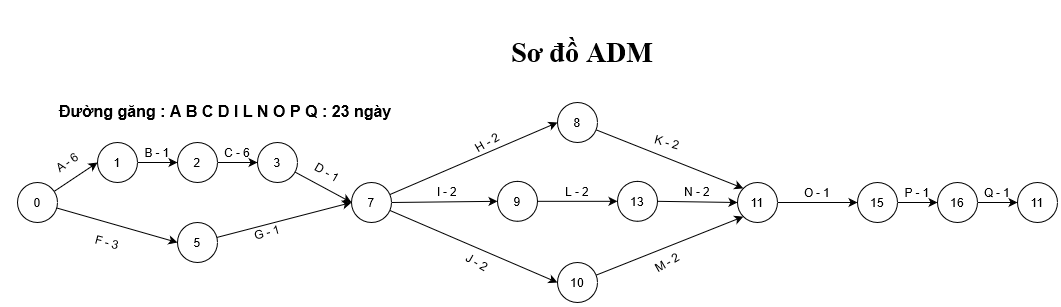
H2Q318/HQN-Team keeps this draw.io diagram as Documents/ADM_Chart.png. Above is the earlier version. Source tidied: cells renumbered, new cells last; positions are measured from the earlier drawing's top-left corner, leaving out a move shared by most shapes.
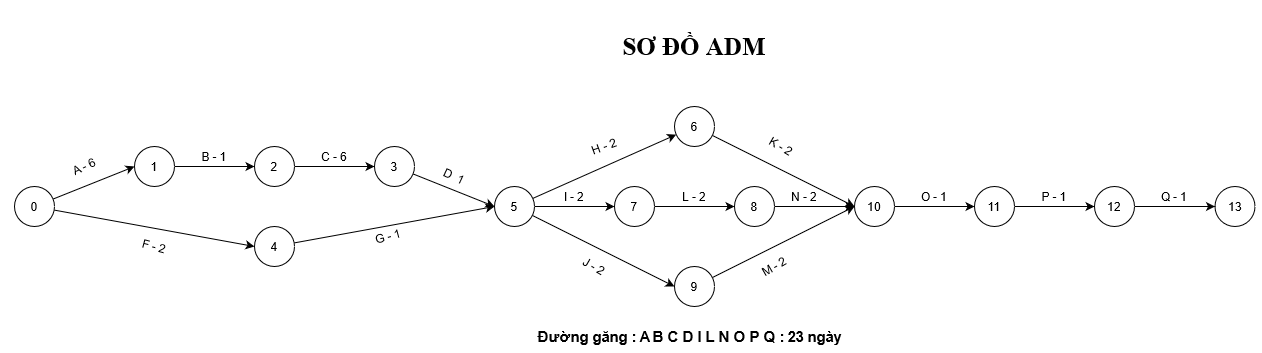
Later version of the same file.

Commit message:
Chỉnh sửa sơ đồ ADM

The edit, as a diff of the source:
```diff
@@ -5,146 +5,148 @@
     <mxCell id="2" style="rounded=0;jettySize=auto;html=1;entryX=0;entryY=0.5;entryDx=0;entryDy=0;" parent="1" edge="1" source="4" target="6">
       <mxGeometry relative="1" as="geometry" />
     </mxCell>
-    <mxCell id="3" style="edgeStyle=none;rounded=0;jettySize=auto;html=1;entryX=0;entryY=0.5;entryDx=0;entryDy=0;" parent="1" edge="1" source="4" target="12">
-      <mxGeometry relative="1" as="geometry" />
-    </mxCell>
+    <mxCell id="50" style="edgeStyle=none;rounded=0;jettySize=auto;html=1;entryX=0;entryY=0.5;entryDx=0;entryDy=0;" parent="1" edge="1" source="4" target="52">
+      <mxGeometry relative="1" as="geometry" />
+    </mxCell>
     <mxCell id="4" value="0" style="ellipse;whiteSpace=wrap;html=1;" parent="1" vertex="1">
-      <mxGeometry y="140" width="40" height="40" as="geometry" />
+      <mxGeometry y="60" width="40" height="40" as="geometry" />
     </mxCell>
-    <mxCell id="5" style="rounded=0;jettySize=auto;html=1;entryX=0;entryY=0.5;entryDx=0;entryDy=0;" parent="1" edge="1" source="6" target="8">
+    <mxCell id="5" style="edgeStyle=none;rounded=0;jettySize=auto;html=1;entryX=0;entryY=0.5;entryDx=0;entryDy=0;" parent="1" edge="1" source="6" target="8">
       <mxGeometry relative="1" as="geometry" />
     </mxCell>
     <mxCell id="6" value="1" style="ellipse;whiteSpace=wrap;html=1;" parent="1" vertex="1">
-      <mxGeometry x="80" y="100" width="40" height="40" as="geometry" />
+      <mxGeometry x="120" y="20" width="40" height="40" as="geometry" />
     </mxCell>
-    <mxCell id="7" style="rounded=0;jettySize=auto;html=1;entryX=0;entryY=0.5;entryDx=0;entryDy=0;" parent="1" edge="1" source="8" target="10">
+    <mxCell id="7" style="edgeStyle=none;rounded=0;jettySize=auto;html=1;entryX=0;entryY=0.5;entryDx=0;entryDy=0;" parent="1" edge="1" source="8" target="10">
       <mxGeometry relative="1" as="geometry" />
     </mxCell>
     <mxCell id="8" value="2" style="ellipse;whiteSpace=wrap;html=1;" parent="1" vertex="1">
-      <mxGeometry x="160" y="100" width="40" height="40" as="geometry" />
+      <mxGeometry x="240" y="20" width="40" height="40" as="geometry" />
     </mxCell>
-    <mxCell id="9" style="rounded=0;jettySize=auto;html=1;entryX=0;entryY=0.5;entryDx=0;entryDy=0;" parent="1" edge="1" source="10" target="16">
-      <mxGeometry relative="1" as="geometry" />
-    </mxCell>
+    <mxCell id="51" style="edgeStyle=none;rounded=0;jettySize=auto;html=1;entryX=0;entryY=0.5;entryDx=0;entryDy=0;" parent="1" edge="1" source="52" target="12">
+      <mxGeometry relative="1" as="geometry" />
+    </mxCell>
+    <mxCell id="52" value="4" style="ellipse;whiteSpace=wrap;html=1;" parent="1" vertex="1">
+      <mxGeometry x="240" y="100" width="40" height="40" as="geometry" />
+    </mxCell>
+    <mxCell id="53" style="edgeStyle=none;rounded=0;jettySize=auto;html=1;entryX=0;entryY=0.5;entryDx=0;entryDy=0;" parent="1" edge="1" source="10" target="12">
+      <mxGeometry relative="1" as="geometry" />
+    </mxCell>
     <mxCell id="10" value="3" style="ellipse;whiteSpace=wrap;html=1;" parent="1" vertex="1">
-      <mxGeometry x="240" y="100" width="40" height="40" as="geometry" />
+      <mxGeometry x="360" y="20" width="40" height="40" as="geometry" />
     </mxCell>
+    <mxCell id="54" style="edgeStyle=none;rounded=0;jettySize=auto;html=1;" parent="1" edge="1" source="12" target="57">
+      <mxGeometry relative="1" as="geometry" />
+    </mxCell>
     <mxCell id="11" style="edgeStyle=none;rounded=0;jettySize=auto;html=1;entryX=0;entryY=0.5;entryDx=0;entryDy=0;" parent="1" edge="1" source="12" target="16">
       <mxGeometry relative="1" as="geometry" />
     </mxCell>
+    <mxCell id="55" style="edgeStyle=none;rounded=0;jettySize=auto;html=1;entryX=0;entryY=0.5;entryDx=0;entryDy=0;" parent="1" edge="1" source="12" target="20">
+      <mxGeometry relative="1" as="geometry" />
+    </mxCell>
     <mxCell id="12" value="5" style="ellipse;whiteSpace=wrap;html=1;" parent="1" vertex="1">
-      <mxGeometry x="160" y="180" width="40" height="40" as="geometry" />
+      <mxGeometry x="480" y="60" width="40" height="40" as="geometry" />
     </mxCell>
+    <mxCell id="56" style="edgeStyle=none;rounded=0;jettySize=auto;html=1;entryX=0;entryY=0.5;entryDx=0;entryDy=0;" parent="1" edge="1" source="57" target="22">
+      <mxGeometry relative="1" as="geometry" />
+    </mxCell>
+    <mxCell id="57" value="6" style="ellipse;whiteSpace=wrap;html=1;" parent="1" vertex="1">
+      <mxGeometry x="660" y="-20" width="40" height="40" as="geometry" />
+    </mxCell>
     <mxCell id="13" style="edgeStyle=none;rounded=0;jettySize=auto;html=1;entryX=0;entryY=0.5;entryDx=0;entryDy=0;" parent="1" edge="1" source="16" target="32">
       <mxGeometry relative="1" as="geometry" />
     </mxCell>
-    <mxCell id="14" style="edgeStyle=none;rounded=0;jettySize=auto;html=1;entryX=0;entryY=0.5;entryDx=0;entryDy=0;" parent="1" edge="1" source="16" target="20">
-      <mxGeometry relative="1" as="geometry" />
-    </mxCell>
-    <mxCell id="15" style="edgeStyle=none;rounded=0;jettySize=auto;html=1;entryX=0;entryY=0.5;entryDx=0;entryDy=0;" parent="1" edge="1" source="16" target="22">
-      <mxGeometry relative="1" as="geometry" />
-    </mxCell>
     <mxCell id="16" value="7" style="ellipse;whiteSpace=wrap;html=1;" parent="1" vertex="1">
-      <mxGeometry x="334" y="140" width="40" height="40" as="geometry" />
+      <mxGeometry x="600" y="60" width="40" height="40" as="geometry" />
     </mxCell>
-    <mxCell id="17" style="edgeStyle=none;rounded=0;jettySize=auto;html=1;entryX=0;entryY=0.5;entryDx=0;entryDy=0;" parent="1" edge="1" source="18" target="24">
-      <mxGeometry relative="1" as="geometry" />
-    </mxCell>
+    <mxCell id="58" style="edgeStyle=none;rounded=0;jettySize=auto;html=1;" parent="1" edge="1" source="32">
+      <mxGeometry relative="1" as="geometry">
+        <mxPoint x="840" y="80" as="targetPoint" />
+      </mxGeometry>
+    </mxCell>
+    <mxCell id="32" value="8" style="ellipse;whiteSpace=wrap;html=1;" parent="1" vertex="1">
+      <mxGeometry x="720" y="60" width="40" height="40" as="geometry" />
+    </mxCell>
+    <mxCell id="59" style="edgeStyle=none;rounded=0;jettySize=auto;html=1;entryX=0;entryY=0.5;entryDx=0;entryDy=0;" parent="1" edge="1" source="20" target="22">
+      <mxGeometry relative="1" as="geometry" />
+    </mxCell>
+    <mxCell id="20" value="9" style="ellipse;whiteSpace=wrap;html=1;" parent="1" vertex="1">
+      <mxGeometry x="660" y="140" width="40" height="40" as="geometry" />
+    </mxCell>
+    <mxCell id="60" style="edgeStyle=none;rounded=0;jettySize=auto;html=1;entryX=0;entryY=0.5;entryDx=0;entryDy=0;" parent="1" edge="1" source="22" target="62">
+      <mxGeometry relative="1" as="geometry" />
+    </mxCell>
+    <mxCell id="22" value="10" style="ellipse;whiteSpace=wrap;html=1;" parent="1" vertex="1">
+      <mxGeometry x="840" y="60" width="40" height="40" as="geometry" />
+    </mxCell>
+    <mxCell id="61" style="edgeStyle=none;rounded=0;jettySize=auto;html=1;entryX=0;entryY=0.5;entryDx=0;entryDy=0;" parent="1" edge="1" source="62" target="64">
+      <mxGeometry relative="1" as="geometry" />
+    </mxCell>
+    <mxCell id="62" value="11" style="ellipse;whiteSpace=wrap;html=1;" parent="1" vertex="1">
+      <mxGeometry x="960" y="60" width="40" height="40" as="geometry" />
+    </mxCell>
+    <mxCell id="63" style="edgeStyle=none;rounded=0;jettySize=auto;html=1;entryX=0;entryY=0.5;entryDx=0;entryDy=0;" parent="1" edge="1" source="64" target="18">
+      <mxGeometry relative="1" as="geometry" />
+    </mxCell>
+    <mxCell id="64" value="12" style="ellipse;whiteSpace=wrap;html=1;" parent="1" vertex="1">
+      <mxGeometry x="1080" y="60" width="40" height="40" as="geometry" />
+    </mxCell>
     <mxCell id="18" value="13" style="ellipse;whiteSpace=wrap;html=1;" parent="1" vertex="1">
-      <mxGeometry x="600" y="138.8" width="40" height="40" as="geometry" />
+      <mxGeometry x="1200.5" y="60" width="40" height="40" as="geometry" />
     </mxCell>
-    <mxCell id="19" style="edgeStyle=none;rounded=0;jettySize=auto;html=1;" parent="1" edge="1" source="20" target="18">
-      <mxGeometry relative="1" as="geometry" />
-    </mxCell>
-    <mxCell id="20" value="9" style="ellipse;whiteSpace=wrap;html=1;" parent="1" vertex="1">
-      <mxGeometry x="480" y="138.8" width="40" height="40" as="geometry" />
-    </mxCell>
-    <mxCell id="21" style="edgeStyle=none;rounded=0;jettySize=auto;html=1;entryX=0;entryY=1;entryDx=0;entryDy=0;" parent="1" edge="1" source="22" target="24">
-      <mxGeometry relative="1" as="geometry" />
-    </mxCell>
-    <mxCell id="22" value="10" style="ellipse;whiteSpace=wrap;html=1;" parent="1" vertex="1">
-      <mxGeometry x="540" y="220" width="40" height="40" as="geometry" />
-    </mxCell>
-    <mxCell id="23" style="edgeStyle=none;rounded=0;jettySize=auto;html=1;entryX=0;entryY=0.5;entryDx=0;entryDy=0;" parent="1" edge="1" source="24" target="34">
-      <mxGeometry relative="1" as="geometry" />
-    </mxCell>
-    <mxCell id="24" value="11" style="ellipse;whiteSpace=wrap;html=1;" parent="1" vertex="1">
-      <mxGeometry x="720" y="140" width="40" height="40" as="geometry" />
-    </mxCell>
-    <mxCell id="25" value="A - 6" style="text;html=1;strokeColor=none;fillColor=none;align=center;verticalAlign=middle;whiteSpace=wrap;rounded=0;rotation=-35;" parent="1" vertex="1">
-      <mxGeometry x="30" y="110" width="40" height="20" as="geometry" />
+    <mxCell id="25" value="A - 6" style="text;html=1;strokeColor=none;fillColor=none;align=center;verticalAlign=middle;whiteSpace=wrap;rounded=0;rotation=-25;" parent="1" vertex="1">
+      <mxGeometry x="50" y="30" width="40" height="20" as="geometry" />
     </mxCell>
     <mxCell id="26" value="B - 1" style="text;html=1;strokeColor=none;fillColor=none;align=center;verticalAlign=middle;whiteSpace=wrap;rounded=0;" parent="1" vertex="1">
-      <mxGeometry x="120" y="100" width="40" height="20" as="geometry" />
+      <mxGeometry x="180" y="20" width="40" height="20" as="geometry" />
     </mxCell>
     <mxCell id="27" value="C - 6" style="text;html=1;strokeColor=none;fillColor=none;align=center;verticalAlign=middle;whiteSpace=wrap;rounded=0;" parent="1" vertex="1">
-      <mxGeometry x="200" y="100" width="40" height="20" as="geometry" />
+      <mxGeometry x="300" y="20" width="40" height="20" as="geometry" />
     </mxCell>
-    <mxCell id="28" value="D - 1" style="text;html=1;strokeColor=none;fillColor=none;align=center;verticalAlign=middle;whiteSpace=wrap;rounded=0;rotation=30;" parent="1" vertex="1">
-      <mxGeometry x="290" y="120" width="40" height="20" as="geometry" />
-    </mxCell>
-    <mxCell id="29" value="F - 3" style="text;html=1;strokeColor=none;fillColor=none;align=center;verticalAlign=middle;whiteSpace=wrap;rounded=0;rotation=15;" parent="1" vertex="1">
-      <mxGeometry x="70" y="190" width="40" height="20" as="geometry" />
-    </mxCell>
-    <mxCell id="30" value="G - 1" style="text;html=1;strokeColor=none;fillColor=none;align=center;verticalAlign=middle;whiteSpace=wrap;rounded=0;rotation=-15;" parent="1" vertex="1">
-      <mxGeometry x="230" y="180" width="40" height="20" as="geometry" />
-    </mxCell>
-    <mxCell id="31" style="edgeStyle=none;rounded=0;jettySize=auto;html=1;entryX=0;entryY=0;entryDx=0;entryDy=0;" parent="1" edge="1" source="32" target="24">
-      <mxGeometry relative="1" as="geometry" />
-    </mxCell>
-    <mxCell id="32" value="8" style="ellipse;whiteSpace=wrap;html=1;" parent="1" vertex="1">
-      <mxGeometry x="540" y="60" width="40" height="40" as="geometry" />
-    </mxCell>
-    <mxCell id="33" style="edgeStyle=none;rounded=0;jettySize=auto;html=1;entryX=0;entryY=0.5;entryDx=0;entryDy=0;" parent="1" edge="1" source="34" target="37">
-      <mxGeometry relative="1" as="geometry" />
-    </mxCell>
-    <mxCell id="34" value="15" style="ellipse;whiteSpace=wrap;html=1;" parent="1" vertex="1">
-      <mxGeometry x="840" y="140" width="40" height="40" as="geometry" />
-    </mxCell>
-    <mxCell id="35" value="11" style="ellipse;whiteSpace=wrap;html=1;" parent="1" vertex="1">
-      <mxGeometry x="1000" y="140" width="40" height="40" as="geometry" />
-    </mxCell>
-    <mxCell id="36" style="edgeStyle=none;rounded=0;jettySize=auto;html=1;entryX=0;entryY=0.5;entryDx=0;entryDy=0;" parent="1" edge="1" source="37" target="35">
-      <mxGeometry relative="1" as="geometry" />
-    </mxCell>
-    <mxCell id="37" value="16" style="ellipse;whiteSpace=wrap;html=1;" parent="1" vertex="1">
-      <mxGeometry x="920" y="140" width="40" height="40" as="geometry" />
-    </mxCell>
-    <mxCell id="38" value="H - 2" style="text;html=1;strokeColor=none;fillColor=none;align=center;verticalAlign=middle;whiteSpace=wrap;rounded=0;rotation=-30;direction=west;" parent="1" vertex="1">
-      <mxGeometry x="450" y="90" width="40" height="20" as="geometry" />
-    </mxCell>
-    <mxCell id="39" value="I - 2" style="text;html=1;strokeColor=none;fillColor=none;align=center;verticalAlign=middle;whiteSpace=wrap;rounded=0;rotation=0;direction=west;" parent="1" vertex="1">
-      <mxGeometry x="410" y="138.8" width="40" height="20" as="geometry" />
-    </mxCell>
-    <mxCell id="40" value="J - 2" style="text;html=1;strokeColor=none;fillColor=none;align=center;verticalAlign=middle;whiteSpace=wrap;rounded=0;rotation=30;direction=west;" parent="1" vertex="1">
-      <mxGeometry x="440" y="210" width="40" height="20" as="geometry" />
+    <mxCell id="40" value="J - 2" style="text;html=1;strokeColor=none;fillColor=none;align=center;verticalAlign=middle;whiteSpace=wrap;rounded=0;rotation=30;" parent="1" vertex="1">
+      <mxGeometry x="560" y="130" width="40" height="20" as="geometry" />
     </mxCell>
-    <mxCell id="41" value="K - 2" style="text;html=1;strokeColor=none;fillColor=none;align=center;verticalAlign=middle;whiteSpace=wrap;rounded=0;rotation=15;direction=west;" parent="1" vertex="1">
-      <mxGeometry x="630" y="90" width="40" height="20" as="geometry" />
+    <mxCell id="41" value="K - 2" style="text;html=1;strokeColor=none;fillColor=none;align=center;verticalAlign=middle;whiteSpace=wrap;rounded=0;rotation=30;" parent="1" vertex="1">
+      <mxGeometry x="747" y="10" width="40" height="20" as="geometry" />
     </mxCell>
+    <mxCell id="38" value="H - 2" style="text;html=1;strokeColor=none;fillColor=none;align=center;verticalAlign=middle;whiteSpace=wrap;rounded=0;rotation=-20;" parent="1" vertex="1">
+      <mxGeometry x="570" y="10" width="40" height="20" as="geometry" />
+    </mxCell>
+    <mxCell id="44" value="N - 2" style="text;html=1;strokeColor=none;fillColor=none;align=center;verticalAlign=middle;whiteSpace=wrap;rounded=0;" parent="1" vertex="1">
+      <mxGeometry x="770" y="60" width="40" height="20" as="geometry" />
+    </mxCell>
-    <mxCell id="42" value="L - 2" style="text;html=1;strokeColor=none;fillColor=none;align=center;verticalAlign=middle;whiteSpace=wrap;rounded=0;rotation=0;direction=west;" parent="1" vertex="1">
-      <mxGeometry x="540" y="138.8" width="40" height="20" as="geometry" />
+    <mxCell id="42" value="L - 2" style="text;html=1;strokeColor=none;fillColor=none;align=center;verticalAlign=middle;whiteSpace=wrap;rounded=0;" parent="1" vertex="1">
+      <mxGeometry x="660" y="60" width="40" height="20" as="geometry" />
     </mxCell>
+    <mxCell id="39" value="I - 2" style="text;html=1;strokeColor=none;fillColor=none;align=center;verticalAlign=middle;whiteSpace=wrap;rounded=0;" parent="1" vertex="1">
+      <mxGeometry x="540" y="60" width="40" height="20" as="geometry" />
+    </mxCell>
+    <mxCell id="65" value="D&amp;nbsp; 1" style="text;html=1;strokeColor=none;fillColor=none;align=center;verticalAlign=middle;whiteSpace=wrap;rounded=0;rotation=25;" parent="1" vertex="1">
+      <mxGeometry x="420" y="40" width="40" height="20" as="geometry" />
+    </mxCell>
+    <mxCell id="30" value="G - 1" style="text;html=1;strokeColor=none;fillColor=none;align=center;verticalAlign=middle;whiteSpace=wrap;rounded=0;rotation=-15;" parent="1" vertex="1">
+      <mxGeometry x="354" y="100" width="40" height="20" as="geometry" />
+    </mxCell>
+    <mxCell id="66" value="F - 2" style="text;html=1;strokeColor=none;fillColor=none;align=center;verticalAlign=middle;whiteSpace=wrap;rounded=0;rotation=15;" parent="1" vertex="1">
+      <mxGeometry x="120" y="110" width="40" height="20" as="geometry" />
+    </mxCell>
+    <mxCell id="45" value="O - 1" style="text;html=1;strokeColor=none;fillColor=none;align=center;verticalAlign=middle;whiteSpace=wrap;rounded=0;" parent="1" vertex="1">
+      <mxGeometry x="900" y="60" width="40" height="20" as="geometry" />
+    </mxCell>
-    <mxCell id="43" value="M - 2" style="text;html=1;strokeColor=none;fillColor=none;align=center;verticalAlign=middle;whiteSpace=wrap;rounded=0;rotation=-30;direction=west;" parent="1" vertex="1">
-      <mxGeometry x="630" y="210" width="40" height="20" as="geometry" />
+    <mxCell id="43" value="M - 2" style="text;html=1;strokeColor=none;fillColor=none;align=center;verticalAlign=middle;whiteSpace=wrap;rounded=0;rotation=-30;" parent="1" vertex="1">
+      <mxGeometry x="740" y="130" width="40" height="20" as="geometry" />
     </mxCell>
-    <mxCell id="44" value="N - 2" style="text;html=1;strokeColor=none;fillColor=none;align=center;verticalAlign=middle;whiteSpace=wrap;rounded=0;rotation=0;direction=west;" parent="1" vertex="1">
-      <mxGeometry x="660" y="138.8" width="40" height="20" as="geometry" />
-    </mxCell>
-    <mxCell id="45" value="O - 1" style="text;html=1;strokeColor=none;fillColor=none;align=center;verticalAlign=middle;whiteSpace=wrap;rounded=0;" parent="1" vertex="1">
-      <mxGeometry x="780" y="140" width="40" height="20" as="geometry" />
-    </mxCell>
+    <mxCell id="47" value="Q - 1" style="text;html=1;strokeColor=none;fillColor=none;align=center;verticalAlign=middle;whiteSpace=wrap;rounded=0;" parent="1" vertex="1">
+      <mxGeometry x="1140" y="60" width="40" height="20" as="geometry" />
+    </mxCell>
     <mxCell id="46" value="P - 1" style="text;html=1;strokeColor=none;fillColor=none;align=center;verticalAlign=middle;whiteSpace=wrap;rounded=0;" parent="1" vertex="1">
-      <mxGeometry x="880" y="140" width="40" height="20" as="geometry" />
+      <mxGeometry x="1020" y="60" width="40" height="20" as="geometry" />
     </mxCell>
-    <mxCell id="47" value="Q - 1" style="text;html=1;strokeColor=none;fillColor=none;align=center;verticalAlign=middle;whiteSpace=wrap;rounded=0;" parent="1" vertex="1">
-      <mxGeometry x="960" y="140" width="40" height="20" as="geometry" />
-    </mxCell>
-    <mxCell id="48" value="&lt;h1 style=&quot;font-size: 28px&quot;&gt;&lt;font style=&quot;font-size: 28px&quot; face=&quot;Times New Roman&quot;&gt;Sơ đồ ADM&lt;/font&gt;&lt;/h1&gt;" style="text;html=1;strokeColor=none;fillColor=none;align=center;verticalAlign=middle;whiteSpace=wrap;rounded=0;" parent="1" vertex="1">
-      <mxGeometry x="460" width="210" height="20" as="geometry" />
-    </mxCell>
+    <mxCell id="67" value="&lt;h1 style=&quot;font-size: 25px&quot;&gt;&lt;font style=&quot;font-size: 25px&quot; face=&quot;Times New Roman&quot;&gt;SƠ ĐỒ ADM&lt;/font&gt;&lt;/h1&gt;" style="text;html=1;strokeColor=none;fillColor=none;align=center;verticalAlign=middle;whiteSpace=wrap;rounded=0;" parent="1" vertex="1">
+      <mxGeometry x="560" y="-100" width="240" height="40" as="geometry" />
+    </mxCell>
-    <mxCell id="49" value="&lt;font style=&quot;font-size: 16px&quot;&gt;&lt;b&gt;Đường găng : A B C D I L N O P Q : 23 ngày&lt;/b&gt;&lt;/font&gt;" style="text;html=1;strokeColor=none;fillColor=none;align=left;verticalAlign=middle;whiteSpace=wrap;rounded=0;" parent="1" vertex="1">
-      <mxGeometry x="40" y="59" width="350" height="20" as="geometry" />
+    <mxCell id="49" value="&lt;font style=&quot;font-size: 15px&quot;&gt;&lt;b&gt;Đường găng : A B C D I L N O P Q : 23 ngày&lt;br&gt;&lt;/b&gt;&lt;/font&gt;" style="text;html=1;strokeColor=none;fillColor=none;align=center;verticalAlign=middle;whiteSpace=wrap;rounded=0;" parent="1" vertex="1">
+      <mxGeometry x="510" y="200" width="330" height="20" as="geometry" />
     </mxCell>
   </root>
 </mxGraphModel>
```
